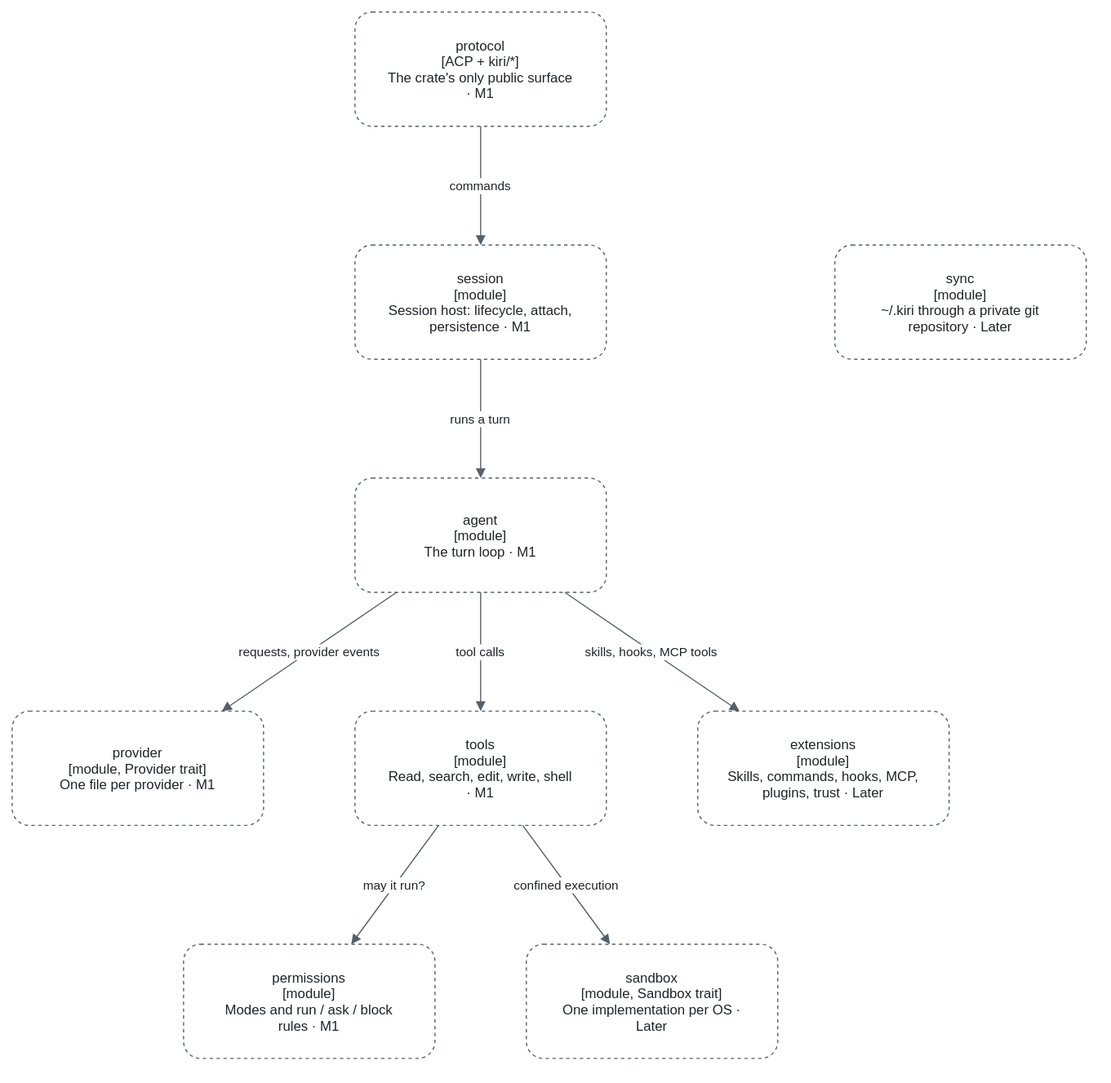
Above: docs/diagrams/components-kiri-core.drawio.svg in TheoOdawara/Kiri (draw.io), before the change. Source tidied: cells renumbered, new cells last; positions are measured from the earlier drawing's top-left corner, leaving out a move shared by most shapes.
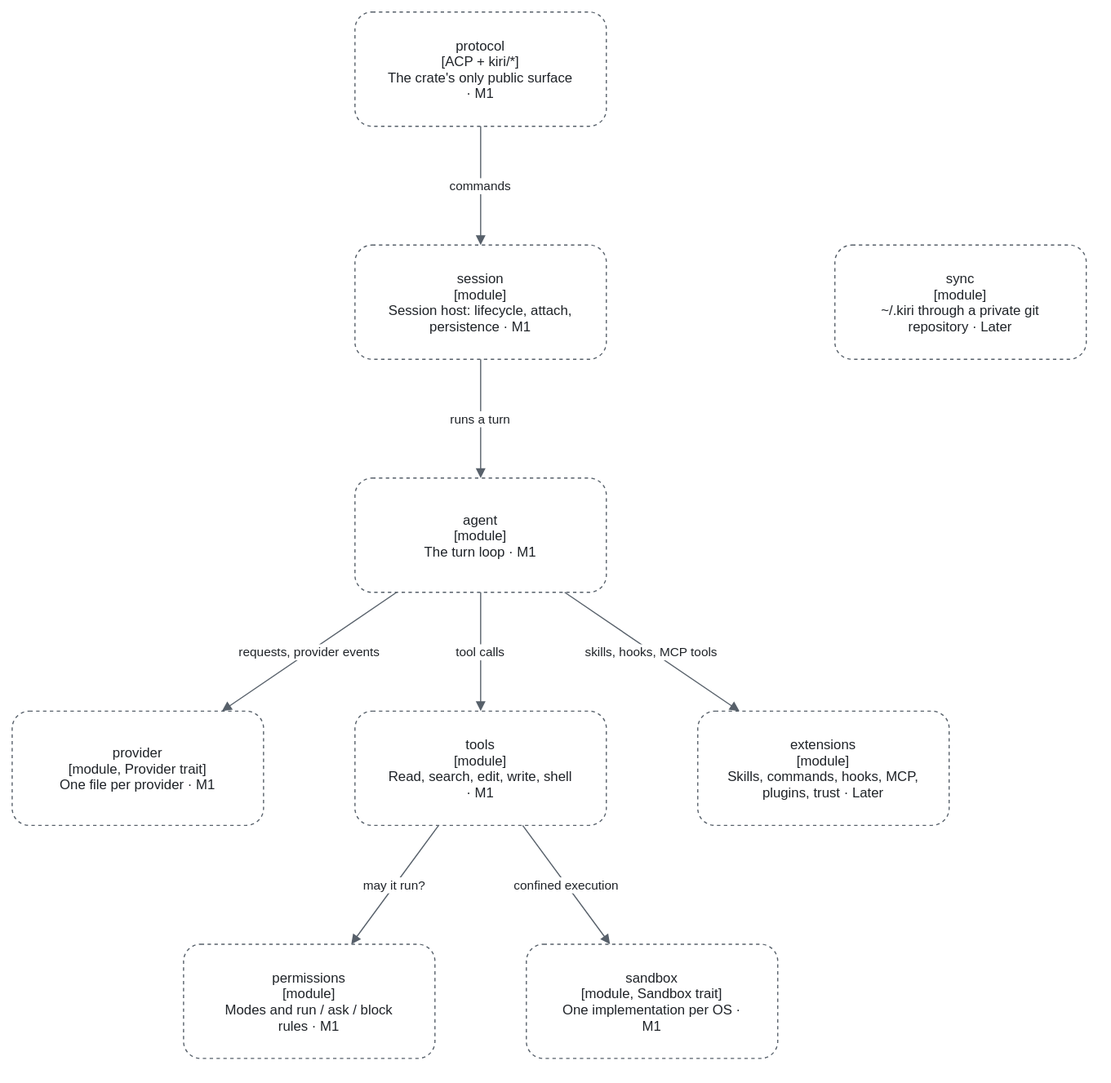
The same diagram one commit later.

The edit, as a diff of the source:
```diff
@@ -23,7 +23,7 @@
     <mxCell id="8" value="permissions&#10;[module]&#10;Modes and run / ask / block&#10;rules · M1" style="rounded=1;html=0;dashed=1;fillColor=#FFFFFF;strokeColor=#57606A;fontColor=#1F2328;" parent="1" vertex="1">
       <mxGeometry x="150" y="816" width="220" height="100" as="geometry" />
     </mxCell>
-    <mxCell id="9" value="sandbox&#10;[module, Sandbox trait]&#10;One implementation per OS ·&#10;Later" style="rounded=1;html=0;dashed=1;fillColor=#FFFFFF;strokeColor=#57606A;fontColor=#1F2328;" parent="1" vertex="1">
+    <mxCell id="9" value="sandbox&#10;[module, Sandbox trait]&#10;One implementation per OS ·&#10;M1" style="rounded=1;html=0;dashed=1;fillColor=#FFFFFF;strokeColor=#57606A;fontColor=#1F2328;" parent="1" vertex="1">
       <mxGeometry x="450" y="816" width="220" height="100" as="geometry" />
     </mxCell>
     <mxCell id="10" value="sync&#10;[module]&#10;~/.kiri through a private git&#10;repository · Later" style="rounded=1;html=0;dashed=1;fillColor=#FFFFFF;strokeColor=#57606A;fontColor=#1F2328;" parent="1" vertex="1">
```
